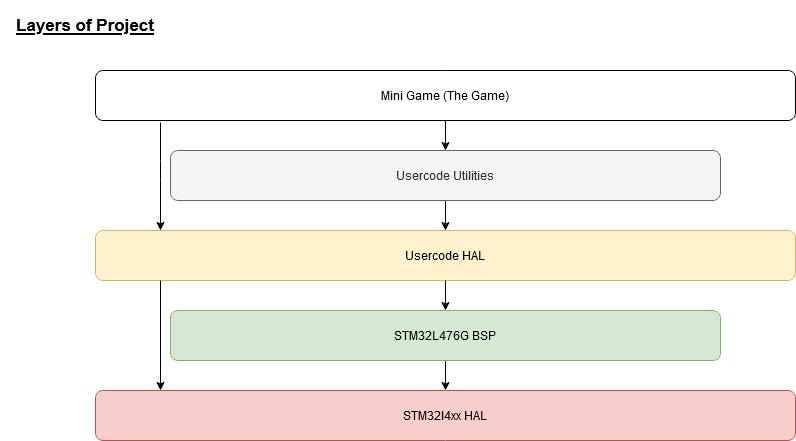
The draw.io diagram images/project_layers.png in Kraego/STM32-Minigame, before a commit. Source tidied: cells renumbered, new cells last; positions are measured from the earlier drawing's top-left corner, leaving out a move shared by most shapes. Its diagram source:
```xml
<mxGraphModel background="#ffffff">
  <root>
    <mxCell id="0" style="html=1;" />
    <mxCell id="1" style="html=1;" parent="0" />
    <mxCell id="2" value="STM32l4xx HAL" style="rounded=1;whiteSpace=wrap;html=1;fillColor=#f8cecc;strokeColor=#b85450;" parent="1" vertex="1">
      <mxGeometry x="95" y="390" width="700" height="50" as="geometry" />
    </mxCell>
    <mxCell id="3" style="edgeStyle=orthogonalEdgeStyle;rounded=0;jettySize=auto;html=1;exitX=0.5;exitY=1;exitDx=0;exitDy=0;entryX=0.5;entryY=0;entryDx=0;entryDy=0;fontSize=17;" parent="1" edge="1" source="4" target="10">
      <mxGeometry relative="1" as="geometry" />
    </mxCell>
    <mxCell id="4" value="Usercode Utilities" style="rounded=1;whiteSpace=wrap;html=1;fillColor=#f5f5f5;strokeColor=#666666;fontColor=#333333;" parent="1" vertex="1">
      <mxGeometry x="170" y="150" width="550" height="50" as="geometry" />
    </mxCell>
    <mxCell id="5" style="edgeStyle=orthogonalEdgeStyle;rounded=0;jettySize=auto;html=1;exitX=0.5;exitY=1;exitDx=0;exitDy=0;entryX=0.5;entryY=0;entryDx=0;entryDy=0;fontSize=17;" parent="1" edge="1" source="6" target="4">
      <mxGeometry relative="1" as="geometry" />
    </mxCell>
    <mxCell id="6" value="Mini Game (The Game)" style="rounded=1;whiteSpace=wrap;html=1;" parent="1" vertex="1">
      <mxGeometry x="95" y="70" width="700" height="50" as="geometry" />
    </mxCell>
    <mxCell id="7" value="Layers of Project" style="text;html=1;strokeColor=none;fillColor=none;align=center;verticalAlign=middle;whiteSpace=wrap;rounded=0;fontSize=17;fontStyle=5;" parent="1" vertex="1">
      <mxGeometry width="170" height="50" as="geometry" />
    </mxCell>
    <mxCell id="8" style="endArrow=classic;html=1;fontSize=17;" parent="1" edge="1">
      <mxGeometry relative="1" as="geometry">
        <mxPoint x="160" y="122" as="sourcePoint" />
        <mxPoint x="160" y="230" as="targetPoint" />
        <Array as="points">
          <mxPoint x="160" y="170" />
        </Array>
      </mxGeometry>
    </mxCell>
    <mxCell id="9" style="edgeStyle=orthogonalEdgeStyle;rounded=0;jettySize=auto;html=1;fontSize=17;" parent="1" edge="1" source="11" target="2">
      <mxGeometry relative="1" as="geometry" />
    </mxCell>
    <mxCell id="10" value="Usercode HAL" style="rounded=1;whiteSpace=wrap;html=1;fillColor=#fff2cc;strokeColor=#d6b656;" parent="1" vertex="1">
      <mxGeometry x="95" y="230" width="700" height="50" as="geometry" />
    </mxCell>
    <mxCell id="11" value="STM32L476G BSP" style="rounded=1;whiteSpace=wrap;html=1;fillColor=#d5e8d4;strokeColor=#82b366;" parent="1" vertex="1">
      <mxGeometry x="170" y="310" width="550" height="50" as="geometry" />
    </mxCell>
    <mxCell id="12" style="endArrow=classic;html=1;fontSize=17;" parent="1" edge="1" source="10" target="11">
      <mxGeometry x="300" y="460" as="geometry" />
    </mxCell>
    <mxCell id="13" style="endArrow=classic;html=1;fontSize=17;" parent="1" edge="1">
      <mxGeometry x="300" y="460" as="geometry">
        <mxPoint x="160" y="280" as="sourcePoint" />
        <mxPoint x="160" y="390" as="targetPoint" />
      </mxGeometry>
    </mxCell>
  </root>
</mxGraphModel>
```
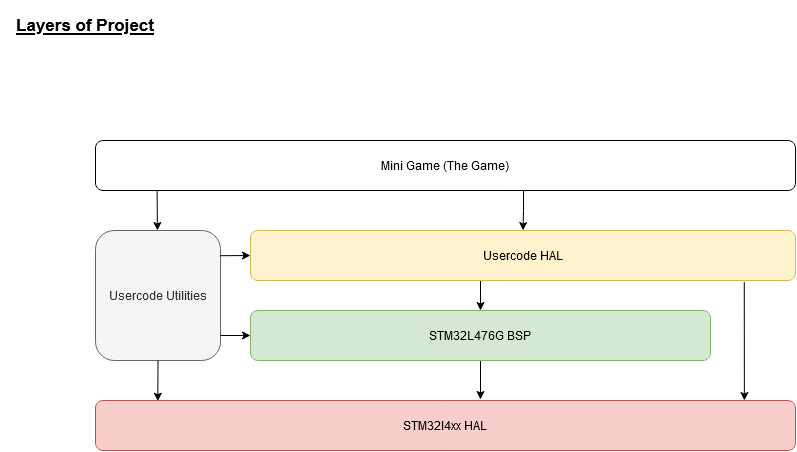
After the change.

Change to the diagram source:
```diff
@@ -3,49 +3,66 @@
     <mxCell id="0" style="html=1;" />
     <mxCell id="1" style="html=1;" parent="0" />
     <mxCell id="2" value="STM32l4xx HAL" style="rounded=1;whiteSpace=wrap;html=1;fillColor=#f8cecc;strokeColor=#b85450;" parent="1" vertex="1">
-      <mxGeometry x="95" y="390" width="700" height="50" as="geometry" />
+      <mxGeometry x="95" y="400" width="700" height="50" as="geometry" />
     </mxCell>
-    <mxCell id="3" style="edgeStyle=orthogonalEdgeStyle;rounded=0;jettySize=auto;html=1;exitX=0.5;exitY=1;exitDx=0;exitDy=0;entryX=0.5;entryY=0;entryDx=0;entryDy=0;fontSize=17;" parent="1" edge="1" source="4" target="10">
-      <mxGeometry relative="1" as="geometry" />
-    </mxCell>
     <mxCell id="4" value="Usercode Utilities" style="rounded=1;whiteSpace=wrap;html=1;fillColor=#f5f5f5;strokeColor=#666666;fontColor=#333333;" parent="1" vertex="1">
-      <mxGeometry x="170" y="150" width="550" height="50" as="geometry" />
+      <mxGeometry x="95" y="230" width="125" height="130" as="geometry" />
     </mxCell>
-    <mxCell id="5" style="edgeStyle=orthogonalEdgeStyle;rounded=0;jettySize=auto;html=1;exitX=0.5;exitY=1;exitDx=0;exitDy=0;entryX=0.5;entryY=0;entryDx=0;entryDy=0;fontSize=17;" parent="1" edge="1" source="6" target="4">
-      <mxGeometry relative="1" as="geometry" />
-    </mxCell>
+    <mxCell id="14" style="edgeStyle=orthogonalEdgeStyle;rounded=0;jettySize=auto;html=1;exitX=0.5;exitY=1;exitDx=0;exitDy=0;entryX=0.5;entryY=0;entryDx=0;entryDy=0;" parent="1" edge="1" source="6" target="10">
+      <mxGeometry relative="1" as="geometry">
+        <Array as="points">
+          <mxPoint x="523" y="190" />
+          <mxPoint x="523" y="210" />
+        </Array>
+      </mxGeometry>
+    </mxCell>
     <mxCell id="6" value="Mini Game (The Game)" style="rounded=1;whiteSpace=wrap;html=1;" parent="1" vertex="1">
-      <mxGeometry x="95" y="70" width="700" height="50" as="geometry" />
+      <mxGeometry x="95" y="140" width="700" height="50" as="geometry" />
     </mxCell>
     <mxCell id="7" value="Layers of Project" style="text;html=1;strokeColor=none;fillColor=none;align=center;verticalAlign=middle;whiteSpace=wrap;rounded=0;fontSize=17;fontStyle=5;" parent="1" vertex="1">
       <mxGeometry width="170" height="50" as="geometry" />
     </mxCell>
-    <mxCell id="8" style="endArrow=classic;html=1;fontSize=17;" parent="1" edge="1">
-      <mxGeometry relative="1" as="geometry">
-        <mxPoint x="160" y="122" as="sourcePoint" />
-        <mxPoint x="160" y="230" as="targetPoint" />
-        <Array as="points">
-          <mxPoint x="160" y="170" />
-        </Array>
-      </mxGeometry>
-    </mxCell>
-    <mxCell id="9" style="edgeStyle=orthogonalEdgeStyle;rounded=0;jettySize=auto;html=1;fontSize=17;" parent="1" edge="1" source="11" target="2">
+    <mxCell id="9" style="edgeStyle=orthogonalEdgeStyle;rounded=0;jettySize=auto;html=1;fontSize=17;entryX=0.55;entryY=-0.02;entryDx=0;entryDy=0;entryPerimeter=0;" parent="1" edge="1" source="11" target="2">
       <mxGeometry relative="1" as="geometry" />
     </mxCell>
+    <mxCell id="12" style="edgeStyle=orthogonalEdgeStyle;rounded=0;jettySize=auto;html=1;exitX=0.5;exitY=1;exitDx=0;exitDy=0;entryX=0.5;entryY=0;entryDx=0;entryDy=0;" parent="1" edge="1" source="10" target="11">
+      <mxGeometry relative="1" as="geometry">
+        <Array as="points">
+          <mxPoint x="480" y="280" />
+        </Array>
+      </mxGeometry>
+    </mxCell>
     <mxCell id="10" value="Usercode HAL" style="rounded=1;whiteSpace=wrap;html=1;fillColor=#fff2cc;strokeColor=#d6b656;" parent="1" vertex="1">
-      <mxGeometry x="95" y="230" width="700" height="50" as="geometry" />
+      <mxGeometry x="250" y="230" width="545" height="50" as="geometry" />
     </mxCell>
     <mxCell id="11" value="STM32L476G BSP" style="rounded=1;whiteSpace=wrap;html=1;fillColor=#d5e8d4;strokeColor=#82b366;" parent="1" vertex="1">
-      <mxGeometry x="170" y="310" width="550" height="50" as="geometry" />
+      <mxGeometry x="250" y="310" width="460" height="50" as="geometry" />
     </mxCell>
-    <mxCell id="12" style="endArrow=classic;html=1;fontSize=17;" parent="1" edge="1" source="10" target="11">
-      <mxGeometry x="300" y="460" as="geometry" />
-    </mxCell>
-    <mxCell id="13" style="endArrow=classic;html=1;fontSize=17;" parent="1" edge="1">
-      <mxGeometry x="300" y="460" as="geometry">
-        <mxPoint x="160" y="280" as="sourcePoint" />
-        <mxPoint x="160" y="390" as="targetPoint" />
-      </mxGeometry>
-    </mxCell>
+    <mxCell id="15" style="endArrow=classic;html=1;" parent="1" edge="1">
+      <mxGeometry relative="1" as="geometry">
+        <mxPoint x="220" y="335" as="sourcePoint" />
+        <mxPoint x="250" y="335" as="targetPoint" />
+      </mxGeometry>
+    </mxCell>
+    <mxCell id="16" style="endArrow=classic;html=1;exitX=0.5;exitY=1;exitDx=0;exitDy=0;entryX=0.089;entryY=0.014;entryDx=0;entryDy=0;entryPerimeter=0;" parent="1" edge="1" source="4" target="2">
+      <mxGeometry relative="1" as="geometry">
+        <Array as="points">
+          <mxPoint x="157" y="360" />
+        </Array>
+      </mxGeometry>
+    </mxCell>
+    <mxCell id="3" style="endArrow=classic;html=1;exitX=0.996;exitY=0.194;exitDx=0;exitDy=0;entryX=0;entryY=0.5;entryDx=0;entryDy=0;exitPerimeter=0;" parent="1" edge="1" source="4" target="10">
+      <mxGeometry relative="1" as="geometry">
+        <Array as="points">
+          <mxPoint x="220" y="255" />
+        </Array>
+      </mxGeometry>
+    </mxCell>
+    <mxCell id="5" style="endArrow=classic;html=1;exitX=0.088;exitY=0.996;exitDx=0;exitDy=0;exitPerimeter=0;" parent="1" edge="1" source="6" target="4">
+      <mxGeometry relative="1" as="geometry" />
+    </mxCell>
+    <mxCell id="17" style="endArrow=classic;html=1;exitX=0.906;exitY=1.028;exitDx=0;exitDy=0;exitPerimeter=0;entryX=0.927;entryY=0;entryDx=0;entryDy=0;entryPerimeter=0;" parent="1" edge="1" source="10" target="2">
+      <mxGeometry relative="1" as="geometry" />
+    </mxCell>
   </root>
 </mxGraphModel>
```
